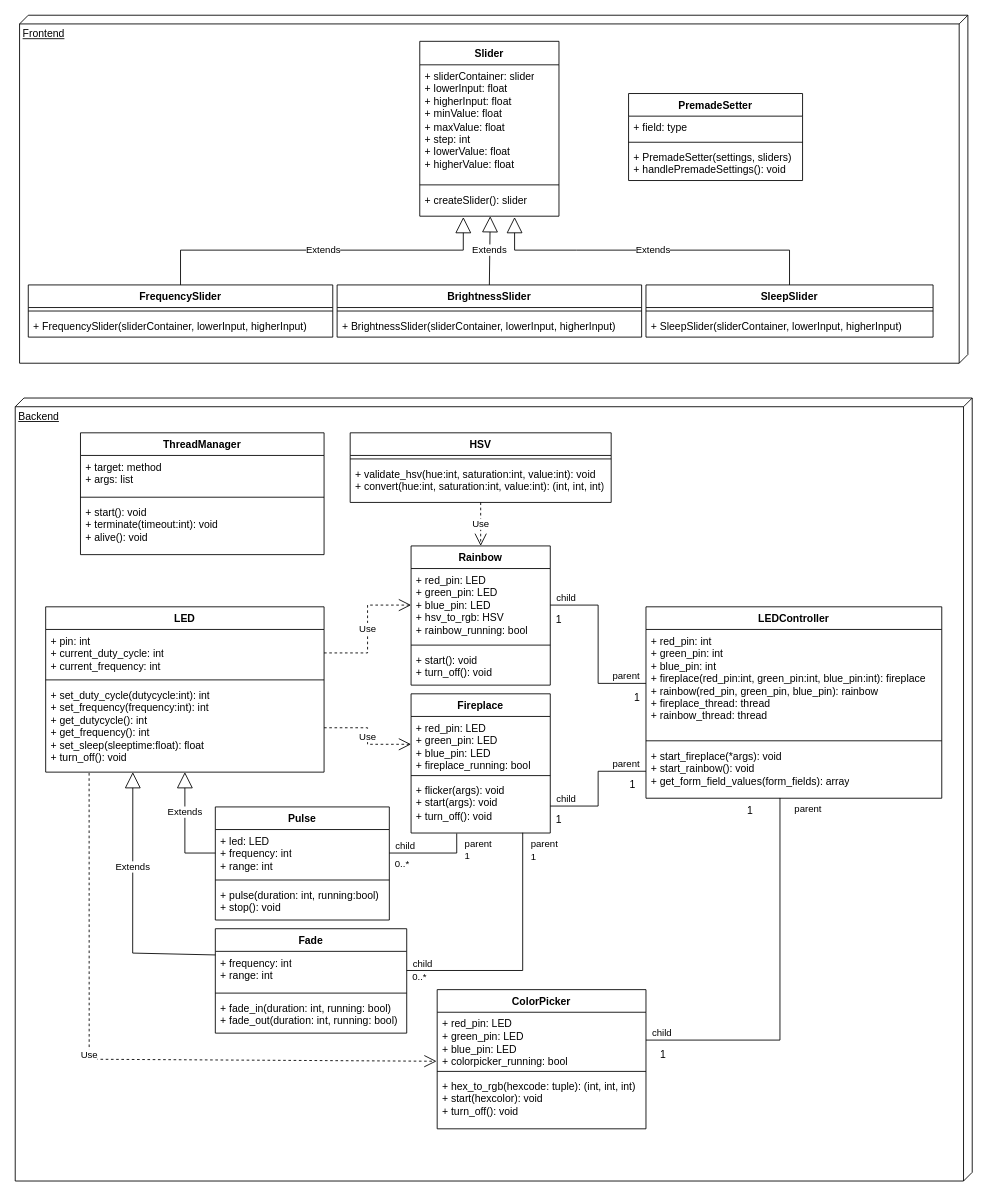
Before: uml_diagrams/class_diagram_v2.drawio in Phaneron97/smartLedstrip, a draw.io diagram. Source tidied: cells renumbered, new cells numbered last; positions are measured from the earlier drawing's top-left corner, leaving out a move shared by most shapes. Both pictures are drawn from the tidied source at 87%, with x=0, y=0 at pixel (15, 15).
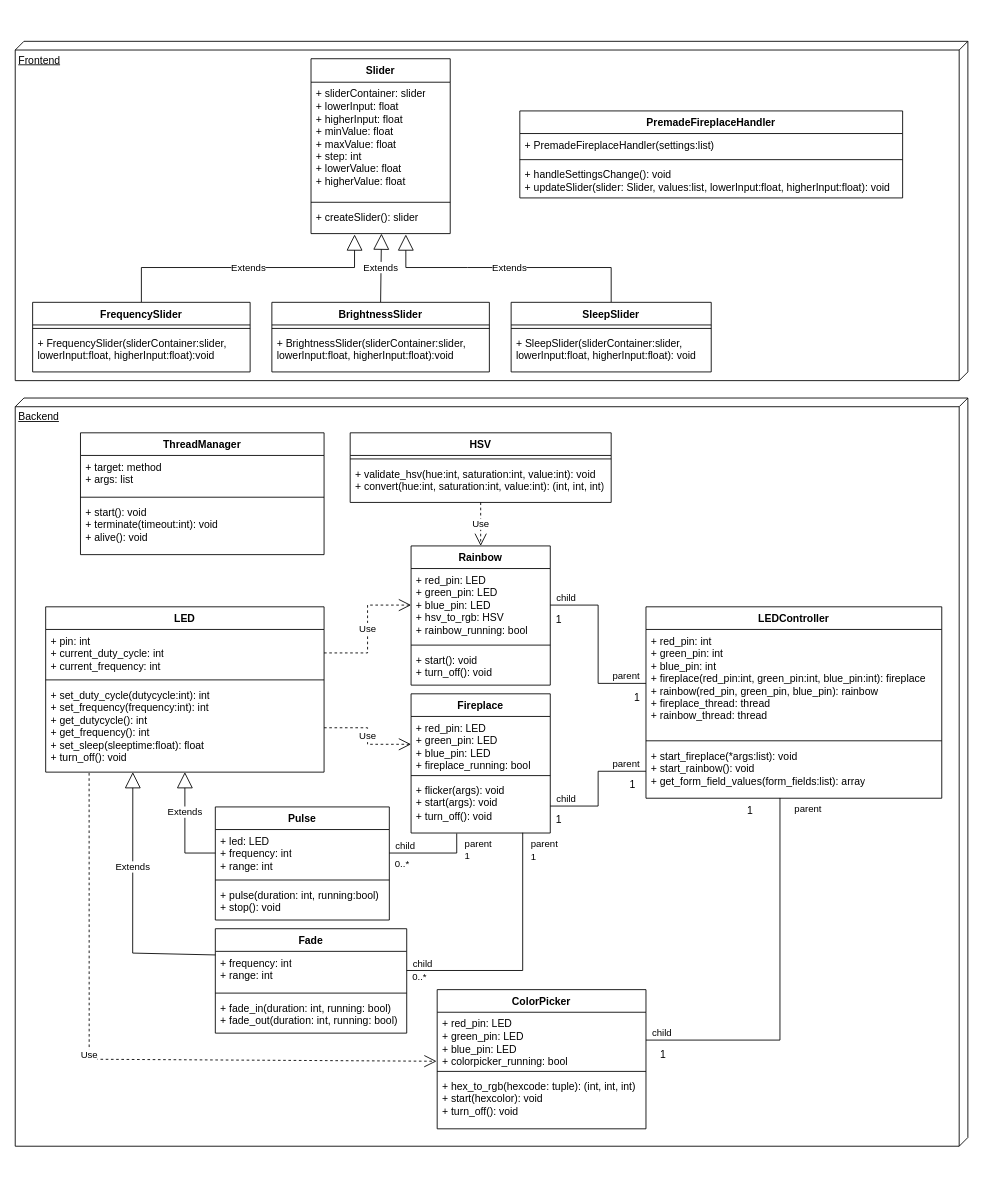
The same diagram, later.

Unchanged cells that the change refers to:
```xml
<mxCell id="7" value="&lt;div&gt;+ createSlider(): slider&lt;/div&gt;" style="text;strokeColor=none;fillColor=none;align=left;verticalAlign=top;spacingLeft=4;spacingRight=4;overflow=hidden;points=[[0,0.5],[1,0.5]];portConstraint=eastwest;whiteSpace=wrap;html=1;" parent="4" vertex="1">
  <mxGeometry y="169" width="160" height="32" as="geometry" />
</mxCell>
<mxCell id="11" value="LEDController" style="swimlane;fontStyle=1;align=center;verticalAlign=top;horizontal=1;startSize=26;whiteSpace=wrap;html=1;" parent="1" vertex="1">
  <mxGeometry x="725" y="680" width="340" height="220" as="geometry" />
</mxCell>
```

Diff of the diagram source:
```diff
@@
     <mxCell id="2" value="Frontend" style="verticalAlign=top;align=left;spacingTop=8;spacingLeft=2;spacingRight=12;shape=cube;size=10;direction=south;fontStyle=4;html=1;whiteSpace=wrap;" parent="1" vertex="1">
-      <mxGeometry x="5" width="1090" height="400" as="geometry" />
+      <mxGeometry y="30" width="1095" height="390" as="geometry" />
     </mxCell>
     <mxCell id="3" value="Backend" style="verticalAlign=top;align=left;spacingTop=8;spacingLeft=2;spacingRight=12;shape=cube;size=10;direction=south;fontStyle=4;html=1;whiteSpace=wrap;" parent="1" vertex="1">
-      <mxGeometry y="440" width="1100" height="900" as="geometry" />
+      <mxGeometry y="440" width="1095" height="860" as="geometry" />
     </mxCell>
     <mxCell id="4" value="Slider" style="swimlane;fontStyle=1;align=center;verticalAlign=top;horizontal=1;startSize=27;whiteSpace=wrap;html=1;" parent="1" vertex="1">
-      <mxGeometry x="465" y="30" width="160" height="201" as="geometry" />
+      <mxGeometry x="340" y="50" width="160" height="201" as="geometry" />
     </mxCell>
@@
     <mxCell id="8" value="Extends" style="endArrow=block;endSize=16;endFill=0;html=1;rounded=0;exitX=0.5;exitY=0;exitDx=0;exitDy=0;entryX=0.313;entryY=1.031;entryDx=0;entryDy=0;entryPerimeter=0;" parent="1" edge="1" source="37" target="7">
       <mxGeometry x="0.01" relative="1" as="geometry">
         <Array as="points">
-          <mxPoint x="190" y="270" />
-          <mxPoint x="515" y="270" />
+          <mxPoint x="145" y="290" />
+          <mxPoint x="390" y="290" />
         </Array>
       </mxGeometry>
     </mxCell>
@@
     <mxCell id="10" value="Extends" style="endArrow=block;endSize=16;endFill=0;html=1;rounded=0;exitX=0.5;exitY=0;exitDx=0;exitDy=0;entryX=0.681;entryY=1.031;entryDx=0;entryDy=0;entryPerimeter=0;" parent="1" edge="1" source="40" target="7">
       <mxGeometry relative="1" as="geometry">
         <Array as="points">
-          <mxPoint x="890" y="270" />
-          <mxPoint x="645" y="270" />
-          <mxPoint x="574" y="270" />
+          <mxPoint x="685" y="290" />
+          <mxPoint x="520" y="290" />
+          <mxPoint x="449" y="290" />
         </Array>
       </mxGeometry>
     </mxCell>
@@
-    <mxCell id="14" value="&lt;div&gt;+ start_fireplace(*args): void&lt;/div&gt;&lt;div&gt;+ start_rainbow(): void&lt;/div&gt;&lt;div&gt;+ get_form_field_values(form_fields): array&lt;br&gt;&lt;/div&gt;" style="text;strokeColor=none;fillColor=none;align=left;verticalAlign=top;spacingLeft=4;spacingRight=4;overflow=hidden;points=[[0,0.5],[1,0.5]];portConstraint=eastwest;whiteSpace=wrap;html=1;" parent="11" vertex="1">
+    <mxCell id="14" value="&lt;div&gt;+ start_fireplace(*args:list): void&lt;/div&gt;&lt;div&gt;+ start_rainbow(): void&lt;/div&gt;&lt;div&gt;+ get_form_field_values(form_fields:list): array&lt;br&gt;&lt;/div&gt;" style="text;strokeColor=none;fillColor=none;align=left;verticalAlign=top;spacingLeft=4;spacingRight=4;overflow=hidden;points=[[0,0.5],[1,0.5]];portConstraint=eastwest;whiteSpace=wrap;html=1;" parent="11" vertex="1">
       <mxGeometry y="158" width="340" height="62" as="geometry" />
     </mxCell>
@@
     <mxCell id="34" value="BrightnessSlider" style="swimlane;fontStyle=1;align=center;verticalAlign=top;horizontal=1;startSize=26;whiteSpace=wrap;html=1;" parent="1" vertex="1">
-      <mxGeometry x="370" y="310" width="350" height="60" as="geometry" />
+      <mxGeometry x="295" y="330" width="250" height="80" as="geometry" />
     </mxCell>
     <mxCell id="35" style="line;strokeWidth=1;fillColor=none;align=left;verticalAlign=middle;spacingTop=-1;spacingLeft=3;spacingRight=3;labelPosition=right;strokeColor=inherit;" parent="34" vertex="1">
-      <mxGeometry y="26" width="350" height="8" as="geometry" />
+      <mxGeometry y="26" width="250" height="8" as="geometry" />
     </mxCell>
-    <mxCell id="36" value="+ BrightnessSlider(sliderContainer, lowerInput, higherInput)" style="text;strokeColor=none;fillColor=none;align=left;verticalAlign=top;spacingLeft=4;spacingRight=4;overflow=hidden;whiteSpace=wrap;html=1;" parent="34" vertex="1">
-      <mxGeometry y="34" width="350" height="26" as="geometry" />
+    <mxCell id="36" value="+ BrightnessSlider(sliderContainer:slider, lowerInput:float, higherInput:float):void" style="text;strokeColor=none;fillColor=none;align=left;verticalAlign=top;spacingLeft=4;spacingRight=4;overflow=hidden;whiteSpace=wrap;html=1;" parent="34" vertex="1">
+      <mxGeometry y="34" width="250" height="46" as="geometry" />
     </mxCell>
     <mxCell id="37" value="FrequencySlider" style="swimlane;fontStyle=1;align=center;verticalAlign=top;horizontal=1;startSize=26;whiteSpace=wrap;html=1;" parent="1" vertex="1">
-      <mxGeometry x="15" y="310" width="350" height="60" as="geometry" />
+      <mxGeometry x="20" y="330" width="250" height="80" as="geometry" />
     </mxCell>
     <mxCell id="38" style="line;strokeWidth=1;fillColor=none;align=left;verticalAlign=middle;spacingTop=-1;spacingLeft=3;spacingRight=3;labelPosition=right;strokeColor=inherit;" parent="37" vertex="1">
-      <mxGeometry y="26" width="350" height="8" as="geometry" />
+      <mxGeometry y="26" width="250" height="8" as="geometry" />
     </mxCell>
-    <mxCell id="39" value="+ FrequencySlider(sliderContainer, lowerInput, higherInput)" style="text;strokeColor=none;fillColor=none;align=left;verticalAlign=top;spacingLeft=4;spacingRight=4;overflow=hidden;whiteSpace=wrap;html=1;" parent="37" vertex="1">
-      <mxGeometry y="34" width="350" height="26" as="geometry" />
+    <mxCell id="39" value="+ FrequencySlider(sliderContainer:slider, lowerInput:float, higherInput:float):void" style="text;strokeColor=none;fillColor=none;align=left;verticalAlign=top;spacingLeft=4;spacingRight=4;overflow=hidden;whiteSpace=wrap;html=1;" parent="37" vertex="1">
+      <mxGeometry y="34" width="250" height="46" as="geometry" />
     </mxCell>
     <mxCell id="40" value="SleepSlider" style="swimlane;fontStyle=1;align=center;verticalAlign=top;horizontal=1;startSize=26;whiteSpace=wrap;html=1;" parent="1" vertex="1">
-      <mxGeometry x="725" y="310" width="330" height="60" as="geometry" />
+      <mxGeometry x="570" y="330" width="230" height="80" as="geometry" />
     </mxCell>
     <mxCell id="41" style="line;strokeWidth=1;fillColor=none;align=left;verticalAlign=middle;spacingTop=-1;spacingLeft=3;spacingRight=3;labelPosition=right;strokeColor=inherit;" parent="40" vertex="1">
-      <mxGeometry y="26" width="330" height="8" as="geometry" />
+      <mxGeometry y="26" width="230" height="8" as="geometry" />
     </mxCell>
-    <mxCell id="42" value="+ SleepSlider(sliderContainer, lowerInput, higherInput)" style="text;strokeColor=none;fillColor=none;align=left;verticalAlign=top;spacingLeft=4;spacingRight=4;overflow=hidden;whiteSpace=wrap;html=1;" parent="40" vertex="1">
-      <mxGeometry y="34" width="330" height="26" as="geometry" />
+    <mxCell id="42" value="+ SleepSlider(sliderContainer:slider, lowerInput:float, higherInput:float): void" style="text;strokeColor=none;fillColor=none;align=left;verticalAlign=top;spacingLeft=4;spacingRight=4;overflow=hidden;whiteSpace=wrap;html=1;" parent="40" vertex="1">
+      <mxGeometry y="34" width="230" height="46" as="geometry" />
     </mxCell>
@@
-    <mxCell id="86" value="PremadeSetter" style="swimlane;fontStyle=1;align=center;verticalAlign=top;horizontal=1;startSize=26;whiteSpace=wrap;html=1;" parent="1" vertex="1">
-      <mxGeometry x="705" y="90" width="200" height="100" as="geometry" />
+    <mxCell id="86" value="PremadeFireplaceHandler" style="swimlane;fontStyle=1;align=center;verticalAlign=top;horizontal=1;startSize=26;whiteSpace=wrap;html=1;" parent="1" vertex="1">
+      <mxGeometry x="580" y="110" width="440" height="100" as="geometry" />
     </mxCell>
-    <mxCell id="87" value="+ field: type" style="text;strokeColor=none;fillColor=none;align=left;verticalAlign=top;spacingLeft=4;spacingRight=4;overflow=hidden;whiteSpace=wrap;html=1;" parent="86" vertex="1">
-      <mxGeometry y="26" width="200" height="26" as="geometry" />
+    <mxCell id="87" value="+ PremadeFireplaceHandler(settings:list)" style="text;strokeColor=none;fillColor=none;align=left;verticalAlign=top;spacingLeft=4;spacingRight=4;overflow=hidden;whiteSpace=wrap;html=1;" parent="86" vertex="1">
+      <mxGeometry y="26" width="440" height="26" as="geometry" />
     </mxCell>
     <mxCell id="88" style="line;strokeWidth=1;fillColor=none;align=left;verticalAlign=middle;spacingTop=-1;spacingLeft=3;spacingRight=3;labelPosition=right;strokeColor=inherit;" parent="86" vertex="1">
-      <mxGeometry y="52" width="200" height="8" as="geometry" />
+      <mxGeometry y="52" width="440" height="8" as="geometry" />
     </mxCell>
-    <mxCell id="89" value="&lt;div&gt;+ PremadeSetter(settings, sliders)&lt;/div&gt;&lt;div&gt;+ handlePremadeSettings(): void&lt;br&gt;&lt;/div&gt;" style="text;strokeColor=none;fillColor=none;align=left;verticalAlign=top;spacingLeft=4;spacingRight=4;overflow=hidden;whiteSpace=wrap;html=1;" parent="86" vertex="1">
-      <mxGeometry y="60" width="200" height="40" as="geometry" />
+    <mxCell id="89" value="&lt;div&gt;+ handleSettingsChange(): void&lt;br&gt;&lt;/div&gt;&lt;div&gt;+ updateSlider(slider: Slider, values:list, lowerInput:float, higherInput:float): void &lt;br&gt;&lt;/div&gt;" style="text;strokeColor=none;fillColor=none;align=left;verticalAlign=top;spacingLeft=4;spacingRight=4;overflow=hidden;whiteSpace=wrap;html=1;" parent="86" vertex="1">
+      <mxGeometry y="60" width="440" height="40" as="geometry" />
     </mxCell>
```
